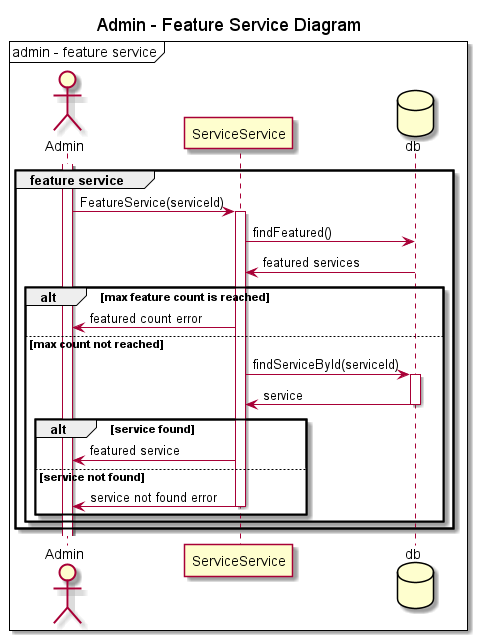
Above: diagrams/sequence-diagram-admin-feature-service.png in zeyneplervesarp/swe574-javagang (PlantUML), before the change.
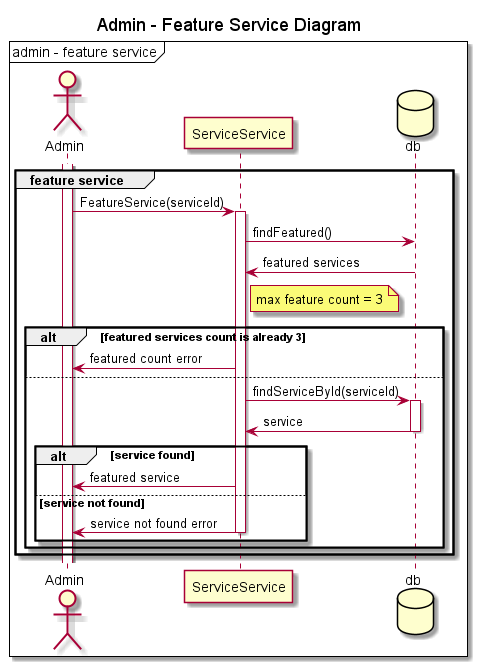
Above is the later version.

Commit message:
update feature services diagrams

Diff of the diagram source:
```diff
@@ -15,9 +15,12 @@
 ServiceService -> db :findFeatured()
 db -> ServiceService: featured services
 deactivate db
-alt max feature count is reached
+note right of ServiceService
+ max feature count = 3
+end note
+alt featured services count is already 3
     ServiceService -> Admin: featured count error
-else max count not reached
+else
 
 ServiceService -> db :findServiceById(serviceId)
 activate db
```
